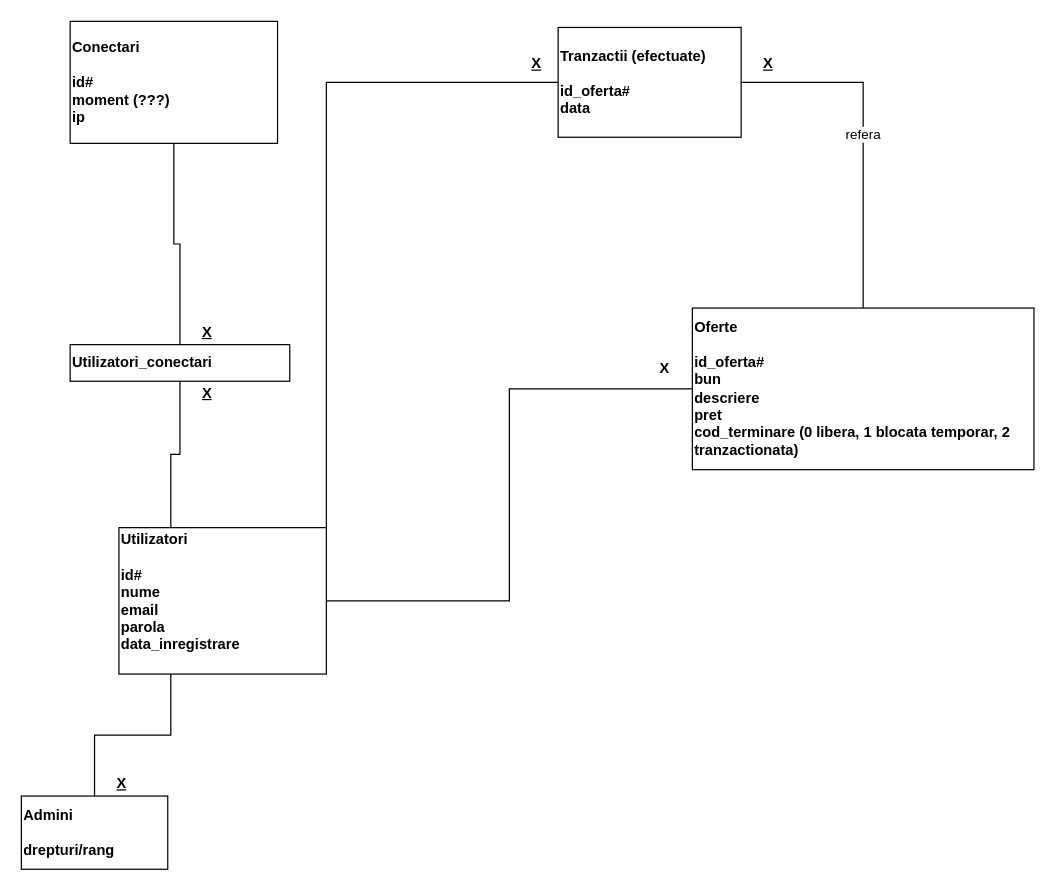
Before: c.drawio in grig95/proiect_daw, a draw.io diagram. Source tidied: cells renumbered, new cells numbered last; positions are measured from the earlier drawing's top-left corner, leaving out a move shared by most shapes. Both pictures are drawn from the tidied source at 122%, with x=0, y=0 at pixel (21, 21).
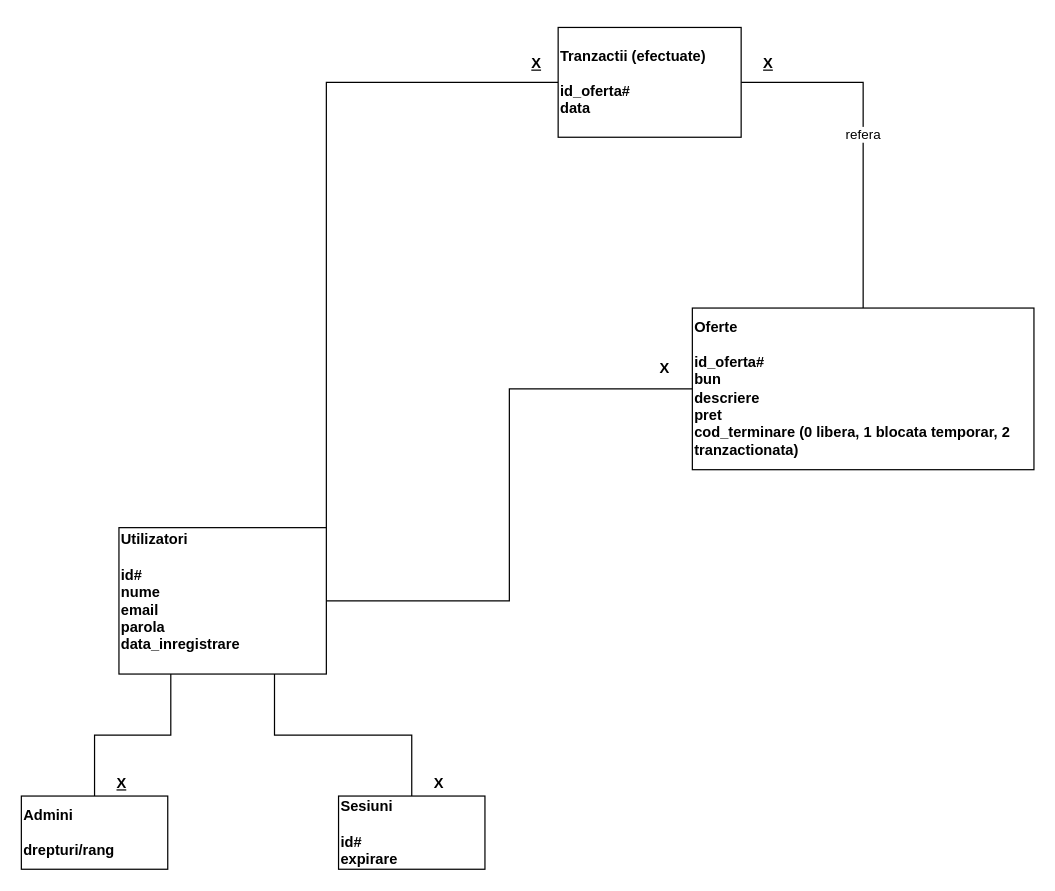
Above is the later version.

The edit, as a diff of the source:
```diff
@@
 <mxGraphModel>
   <root>
     <mxCell id="0" />
     <mxCell id="1" parent="0" />
     <mxCell id="2" style="edgeStyle=orthogonalEdgeStyle;rounded=0;jettySize=auto;html=1;exitX=0.25;exitY=1;exitDx=0;exitDy=0;entryX=0.5;entryY=0;entryDx=0;entryDy=0;strokeColor=default;endArrow=none;endFill=0;" parent="1" edge="1" source="6" target="7">
       <mxGeometry relative="1" as="geometry" />
     </mxCell>
     <mxCell id="3" style="edgeStyle=orthogonalEdgeStyle;rounded=0;jettySize=auto;html=1;exitX=1;exitY=0.5;exitDx=0;exitDy=0;entryX=0;entryY=0.5;entryDx=0;entryDy=0;strokeColor=default;endArrow=none;endFill=0;" parent="1" edge="1" source="6" target="12">
       <mxGeometry relative="1" as="geometry" />
     </mxCell>
     <mxCell id="4" style="edgeStyle=orthogonalEdgeStyle;rounded=0;jettySize=auto;html=1;exitX=1;exitY=0;exitDx=0;exitDy=0;entryX=0;entryY=0.5;entryDx=0;entryDy=0;strokeColor=default;endArrow=none;endFill=0;" parent="1" edge="1" source="6" target="11">
       <mxGeometry relative="1" as="geometry" />
     </mxCell>
-    <mxCell id="5" style="edgeStyle=orthogonalEdgeStyle;rounded=0;jettySize=auto;html=1;exitX=0.25;exitY=0;exitDx=0;exitDy=0;entryX=0.5;entryY=1;entryDx=0;entryDy=0;strokeColor=default;endArrow=none;endFill=0;" parent="1" edge="1" source="6" target="14">
-      <mxGeometry relative="1" as="geometry" />
-    </mxCell>
+    <mxCell id="20" style="edgeStyle=orthogonalEdgeStyle;rounded=0;jettySize=auto;html=1;exitX=0.75;exitY=1;exitDx=0;exitDy=0;entryX=0.5;entryY=0;entryDx=0;entryDy=0;endArrow=none;endFill=0;" parent="1" edge="1" source="6" target="21">
+      <mxGeometry relative="1" as="geometry" />
+    </mxCell>
     <mxCell id="6" value="&lt;b&gt;Utilizatori&lt;br&gt;&lt;br&gt;id#&lt;br&gt;nume&lt;br&gt;email&lt;br&gt;parola&lt;br&gt;data_inregistrare&lt;br&gt;&lt;br&gt;&lt;/b&gt;" style="rounded=0;whiteSpace=wrap;html=1;align=left;" parent="1" vertex="1">
       <mxGeometry x="80" y="415" width="170" height="120" as="geometry" />
     </mxCell>
     <mxCell id="7" value="&lt;b&gt;Admini&lt;br&gt;&lt;br&gt;drepturi/rang&lt;br&gt;&lt;/b&gt;" style="rounded=0;whiteSpace=wrap;html=1;align=left;" parent="1" vertex="1">
       <mxGeometry y="635" width="120" height="60" as="geometry" />
     </mxCell>
-    <mxCell id="8" style="edgeStyle=orthogonalEdgeStyle;rounded=0;jettySize=auto;html=1;exitX=0.5;exitY=1;exitDx=0;exitDy=0;entryX=0.5;entryY=0;entryDx=0;entryDy=0;strokeColor=default;endArrow=none;endFill=0;" parent="1" edge="1" source="9" target="14">
-      <mxGeometry relative="1" as="geometry" />
-    </mxCell>
-    <mxCell id="9" value="&lt;b&gt;Conectari&lt;br&gt;&lt;br&gt;id#&lt;br&gt;moment (???)&lt;br&gt;ip&lt;br&gt;&lt;/b&gt;" style="rounded=0;whiteSpace=wrap;html=1;align=left;" parent="1" vertex="1">
-      <mxGeometry x="40" width="170" height="100" as="geometry" />
-    </mxCell>
     <mxCell id="10" value="refera" style="edgeStyle=orthogonalEdgeStyle;rounded=0;jettySize=auto;html=1;exitX=1;exitY=0.5;exitDx=0;exitDy=0;entryX=0.5;entryY=0;entryDx=0;entryDy=0;strokeColor=default;endArrow=none;endFill=0;" parent="1" edge="1" source="11" target="12">
       <mxGeometry relative="1" as="geometry" />
     </mxCell>
     <mxCell id="11" value="&lt;b&gt;Tranzactii (efectuate)&lt;br&gt;&lt;br&gt;id_oferta#&lt;br&gt;data&lt;br&gt;&lt;/b&gt;" style="rounded=0;whiteSpace=wrap;html=1;align=left;" parent="1" vertex="1">
       <mxGeometry x="440" y="5" width="150" height="90" as="geometry" />
     </mxCell>
     <mxCell id="12" value="&lt;b&gt;Oferte&lt;br&gt;&lt;br&gt;id_oferta#&lt;br&gt;bun&lt;br&gt;descriere&lt;br&gt;pret&lt;br&gt;cod_terminare (0 libera, 1 blocata temporar, 2 tranzactionata)&lt;br&gt;&lt;/b&gt;" style="rounded=0;whiteSpace=wrap;html=1;align=left;" parent="1" vertex="1">
       <mxGeometry x="550" y="235" width="280" height="132.5" as="geometry" />
     </mxCell>
     <mxCell id="13" value="&lt;b&gt;&lt;u&gt;X&lt;/u&gt;&lt;/b&gt;" style="text;html=1;strokeColor=none;fillColor=none;align=center;verticalAlign=middle;whiteSpace=wrap;rounded=0;" parent="1" vertex="1">
       <mxGeometry x="60" y="615" width="45" height="20" as="geometry" />
     </mxCell>
-    <mxCell id="14" value="&lt;b&gt;Utilizatori_conectari&lt;br&gt;&lt;/b&gt;" style="rounded=0;whiteSpace=wrap;html=1;align=left;" parent="1" vertex="1">
-      <mxGeometry x="40" y="265" width="180" height="30" as="geometry" />
-    </mxCell>
-    <mxCell id="15" value="&lt;b&gt;&lt;u&gt;X&lt;/u&gt;&lt;/b&gt;" style="text;html=1;strokeColor=none;fillColor=none;align=center;verticalAlign=middle;whiteSpace=wrap;rounded=0;" parent="1" vertex="1">
-      <mxGeometry x="130" y="295" width="45" height="20" as="geometry" />
-    </mxCell>
-    <mxCell id="16" value="&lt;b&gt;&lt;u&gt;X&lt;/u&gt;&lt;/b&gt;" style="text;html=1;strokeColor=none;fillColor=none;align=center;verticalAlign=middle;whiteSpace=wrap;rounded=0;" parent="1" vertex="1">
-      <mxGeometry x="130" y="245" width="45" height="20" as="geometry" />
-    </mxCell>
     <mxCell id="17" value="&lt;b&gt;&lt;u&gt;X&lt;/u&gt;&lt;/b&gt;" style="text;html=1;strokeColor=none;fillColor=none;align=center;verticalAlign=middle;whiteSpace=wrap;rounded=0;" parent="1" vertex="1">
       <mxGeometry x="400" y="25" width="45" height="20" as="geometry" />
     </mxCell>
     <mxCell id="18" value="&lt;b&gt;X&lt;/b&gt;" style="text;html=1;strokeColor=none;fillColor=none;align=center;verticalAlign=middle;whiteSpace=wrap;rounded=0;" parent="1" vertex="1">
       <mxGeometry x="505" y="275" width="45" height="20" as="geometry" />
     </mxCell>
     <mxCell id="19" value="&lt;b&gt;&lt;u&gt;X&lt;/u&gt;&lt;/b&gt;" style="text;html=1;strokeColor=none;fillColor=none;align=center;verticalAlign=middle;whiteSpace=wrap;rounded=0;" parent="1" vertex="1">
       <mxGeometry x="590" y="25" width="45" height="20" as="geometry" />
     </mxCell>
+    <mxCell id="21" value="&lt;b&gt;Sesiuni&lt;br&gt;&lt;br&gt;id#&lt;br&gt;expirare&lt;br&gt;&lt;/b&gt;" style="rounded=0;whiteSpace=wrap;html=1;align=left;" parent="1" vertex="1">
+      <mxGeometry x="260" y="635" width="120" height="60" as="geometry" />
+    </mxCell>
+    <mxCell id="22" value="&lt;b&gt;X&lt;/b&gt;" style="text;html=1;strokeColor=none;fillColor=none;align=center;verticalAlign=middle;whiteSpace=wrap;rounded=0;" parent="1" vertex="1">
+      <mxGeometry x="320" y="615" width="45" height="20" as="geometry" />
+    </mxCell>
   </root>
 </mxGraphModel>
```
